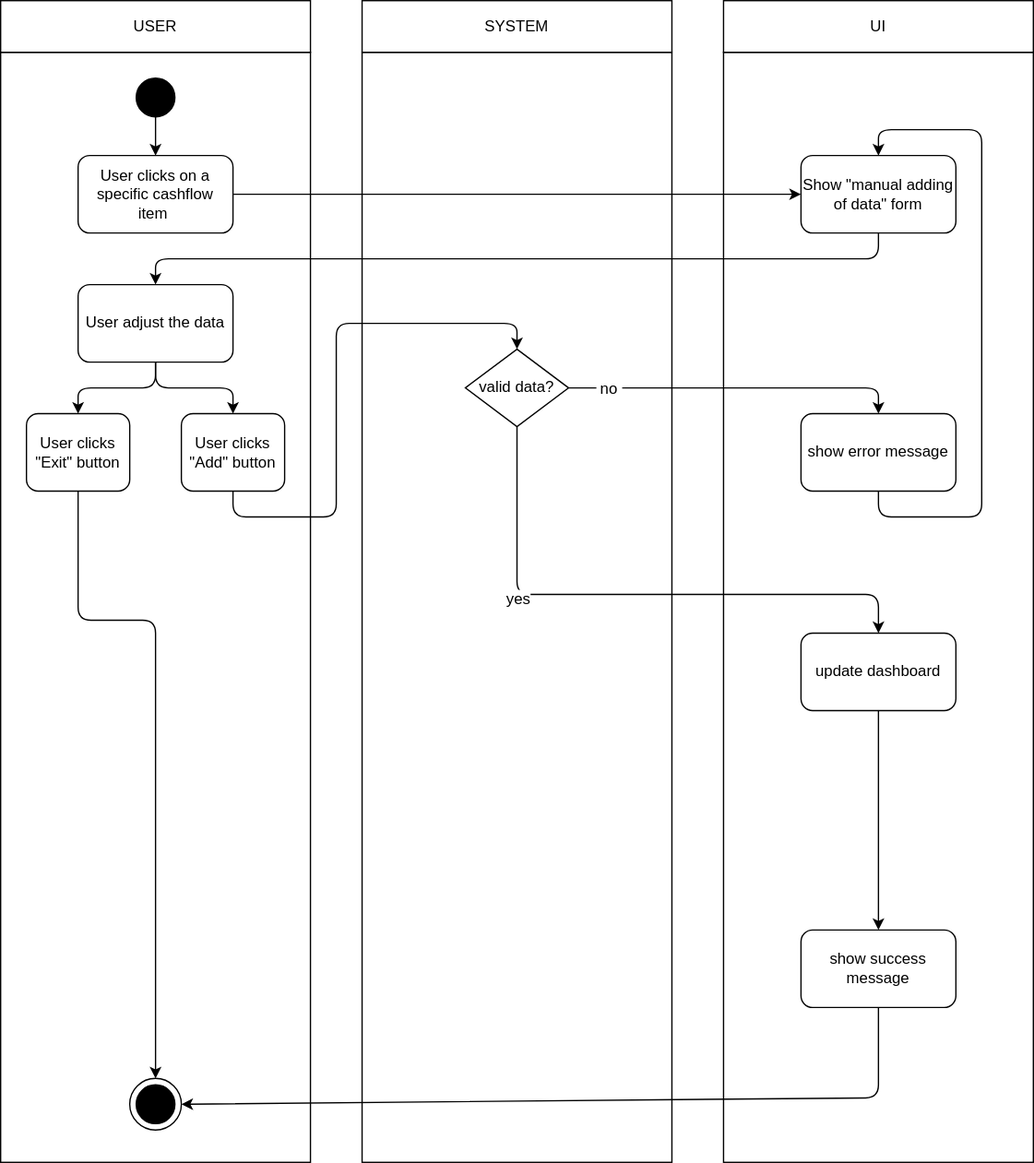
The draw.io diagram docs/use_cases/UC_3_change_added_data/change_added_data_diagram.svg in seiferla/FiBo, before a commit. Source tidied: cells renumbered, new cells last; positions are measured from the earlier drawing's top-left corner, leaving out a move shared by most shapes.
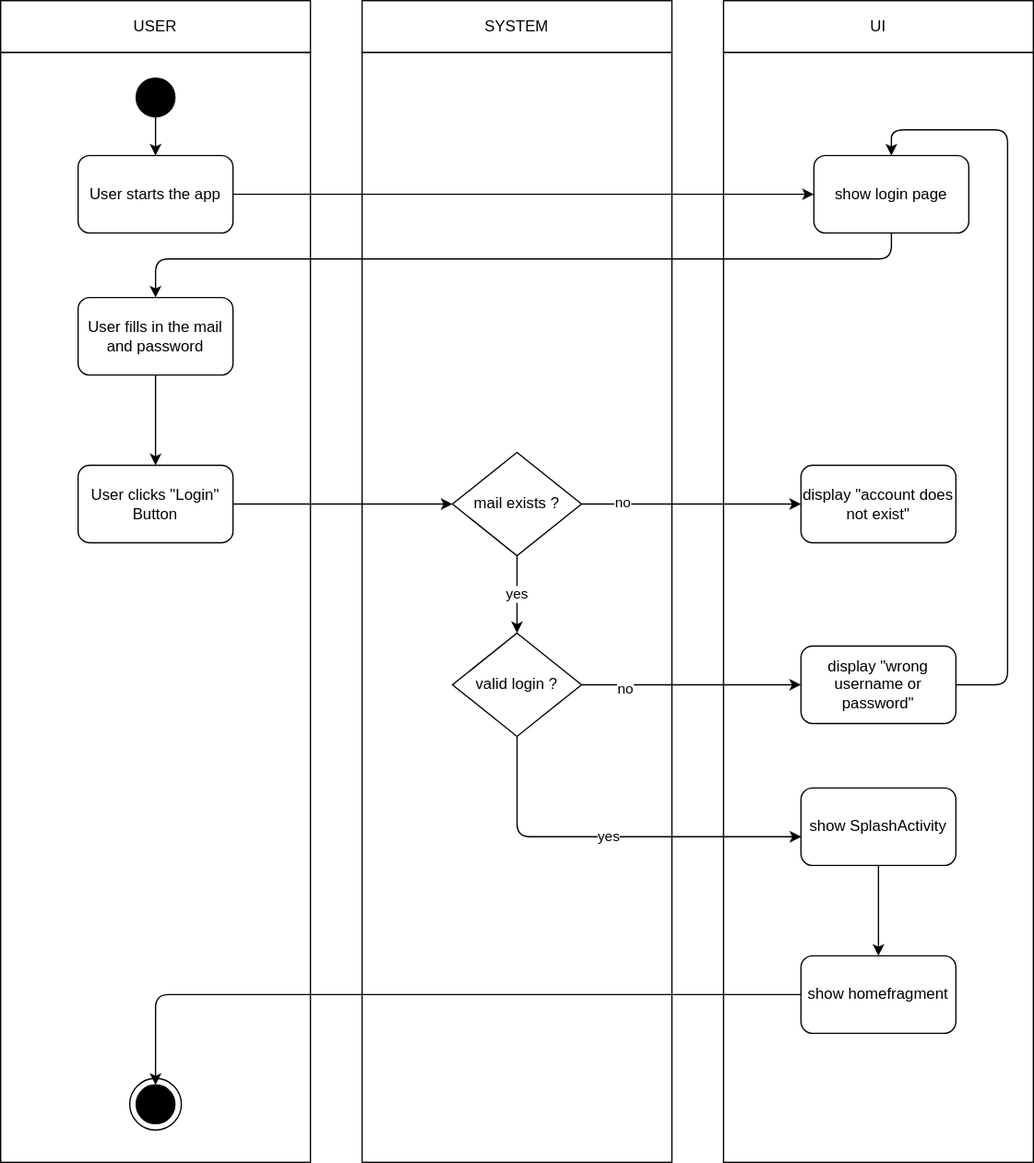
Later version of the same file.

Commit message:
add login uc diagram

Change to the diagram source:
```diff
@@ -41,119 +41,24 @@
     <mxCell id="14" style="ellipse;whiteSpace=wrap;html=1;fillColor=#000000;" parent="1" vertex="1">
       <mxGeometry x="105" y="60" width="30" height="30" as="geometry" />
     </mxCell>
+    <mxCell id="41" style="edgeStyle=orthogonalEdgeStyle;rounded=0;jettySize=auto;html=1;" parent="1" edge="1" source="15" target="44">
+      <mxGeometry relative="1" as="geometry" />
+    </mxCell>
-    <mxCell id="15" value="User clicks on a specific cashflow item&amp;nbsp;" style="rounded=1;whiteSpace=wrap;html=1;fillColor=none;" parent="1" vertex="1">
+    <mxCell id="15" value="User starts the app" style="rounded=1;whiteSpace=wrap;html=1;fillColor=none;" parent="1" vertex="1">
       <mxGeometry x="60" y="120" width="120" height="60" as="geometry" />
     </mxCell>
     <mxCell id="16" style="endArrow=classic;html=1;rounded=0;entryX=0.5;entryY=0;entryDx=0;entryDy=0;exitX=0.5;exitY=1;exitDx=0;exitDy=0;" parent="1" edge="1" source="14" target="15">
       <mxGeometry relative="1" as="geometry" />
     </mxCell>
-    <mxCell id="17" value="Show &quot;manual adding of data&quot; form" style="rounded=1;whiteSpace=wrap;html=1;fillColor=none;" parent="1" vertex="1">
-      <mxGeometry x="620" y="120" width="120" height="60" as="geometry" />
-    </mxCell>
-    <mxCell id="18" style="endArrow=classic;html=1;rounded=0;entryX=0;entryY=0.5;entryDx=0;entryDy=0;exitX=1;exitY=0.5;exitDx=0;exitDy=0;" parent="1" edge="1" source="15" target="17">
-      <mxGeometry relative="1" as="geometry" />
-    </mxCell>
-    <mxCell id="19" value="User adjust the data" style="rounded=1;whiteSpace=wrap;html=1;fillColor=none;" parent="1" vertex="1">
-      <mxGeometry x="60" y="220" width="120" height="60" as="geometry" />
-    </mxCell>
-    <mxCell id="20" style="endArrow=classic;html=1;rounded=1;exitX=0.5;exitY=1;exitDx=0;exitDy=0;entryX=0.5;entryY=0;entryDx=0;entryDy=0;" parent="1" edge="1" source="17" target="19">
-      <mxGeometry relative="1" as="geometry">
-        <Array as="points">
-          <mxPoint x="680" y="200" />
-          <mxPoint x="120" y="200" />
-        </Array>
-      </mxGeometry>
-    </mxCell>
-    <mxCell id="21" value="User clicks &quot;Add&quot; button" style="rounded=1;whiteSpace=wrap;html=1;fillColor=none;" parent="1" vertex="1">
-      <mxGeometry x="140" y="320" width="80" height="60" as="geometry" />
-    </mxCell>
-    <mxCell id="22" style="endArrow=classic;html=1;rounded=1;exitX=0.5;exitY=1;exitDx=0;exitDy=0;entryX=0.5;entryY=0;entryDx=0;entryDy=0;" parent="1" edge="1" source="19" target="21">
-      <mxGeometry relative="1" as="geometry">
-        <Array as="points">
-          <mxPoint x="120" y="300" />
-          <mxPoint x="180" y="300" />
-        </Array>
-      </mxGeometry>
-    </mxCell>
-    <mxCell id="23" value="User clicks &quot;Exit&quot; button" style="rounded=1;whiteSpace=wrap;html=1;fillColor=none;" parent="1" vertex="1">
-      <mxGeometry x="20" y="320" width="80" height="60" as="geometry" />
-    </mxCell>
-    <mxCell id="24" style="endArrow=classic;html=1;rounded=1;exitX=0.5;exitY=1;exitDx=0;exitDy=0;entryX=0.5;entryY=0;entryDx=0;entryDy=0;" parent="1" edge="1" source="19" target="23">
-      <mxGeometry relative="1" as="geometry">
-        <Array as="points">
-          <mxPoint x="120" y="300" />
-          <mxPoint x="60" y="300" />
-        </Array>
-      </mxGeometry>
-    </mxCell>
-    <mxCell id="25" style="endArrow=classic;html=1;rounded=1;exitX=0.5;exitY=1;exitDx=0;exitDy=0;entryX=0.5;entryY=0;entryDx=0;entryDy=0;" parent="1" edge="1" source="23" target="38">
-      <mxGeometry relative="1" as="geometry">
-        <Array as="points">
-          <mxPoint x="60" y="480" />
-          <mxPoint x="120" y="480" />
-        </Array>
-      </mxGeometry>
-    </mxCell>
-    <mxCell id="26" value="valid data?" style="rhombus;whiteSpace=wrap;html=1;" parent="1" vertex="1">
-      <mxGeometry x="360" y="270" width="80" height="60" as="geometry" />
-    </mxCell>
-    <mxCell id="27" style="endArrow=classic;html=1;rounded=1;exitX=0.5;exitY=1;exitDx=0;exitDy=0;entryX=0.5;entryY=0;entryDx=0;entryDy=0;" parent="1" edge="1" source="21" target="26">
-      <mxGeometry relative="1" as="geometry">
-        <Array as="points">
-          <mxPoint x="180" y="400" />
-          <mxPoint x="260" y="400" />
-          <mxPoint x="260" y="250" />
-          <mxPoint x="400" y="250" />
-        </Array>
-      </mxGeometry>
-    </mxCell>
-    <mxCell id="28" value="show error message" style="rounded=1;whiteSpace=wrap;html=1;fillColor=none;" parent="1" vertex="1">
-      <mxGeometry x="620" y="320" width="120" height="60" as="geometry" />
+    <mxCell id="28" value="display &quot;account does not exist&quot;" style="rounded=1;whiteSpace=wrap;html=1;fillColor=none;" parent="1" vertex="1">
+      <mxGeometry x="620" y="360" width="120" height="60" as="geometry" />
     </mxCell>
-    <mxCell id="29" style="endArrow=classic;html=1;rounded=1;exitX=1;exitY=0.5;exitDx=0;exitDy=0;entryX=0.5;entryY=0;entryDx=0;entryDy=0;" parent="1" edge="1" source="26" target="28">
-      <mxGeometry relative="1" as="geometry">
-        <Array as="points">
-          <mxPoint x="680" y="300" />
-        </Array>
-      </mxGeometry>
-    </mxCell>
-    <mxCell id="30" value="&amp;nbsp;no&amp;nbsp;" style="edgeLabel;html=1;align=center;verticalAlign=middle;fontSize=12;" parent="29" vertex="1">
-      <mxGeometry x="-0.64" y="2" relative="1" as="geometry">
-        <mxPoint x="-17" y="2" as="offset" />
-      </mxGeometry>
-    </mxCell>
-    <mxCell id="31" style="endArrow=classic;html=1;rounded=1;fontSize=12;exitX=0.5;exitY=1;exitDx=0;exitDy=0;entryX=0.5;entryY=0;entryDx=0;entryDy=0;" parent="1" edge="1" source="26" target="35">
-      <mxGeometry relative="1" as="geometry">
-        <Array as="points">
-          <mxPoint x="400" y="460" />
-          <mxPoint x="680" y="460" />
-        </Array>
-      </mxGeometry>
-    </mxCell>
-    <mxCell id="32" value="yes" style="edgeLabel;html=1;align=center;verticalAlign=middle;fontSize=12;" parent="31" vertex="1">
-      <mxGeometry x="-0.41" relative="1" as="geometry">
-        <mxPoint y="3" as="offset" />
-      </mxGeometry>
-    </mxCell>
-    <mxCell id="33" style="endArrow=classic;html=1;rounded=1;fontSize=12;exitX=0.5;exitY=1;exitDx=0;exitDy=0;entryX=0.5;entryY=0;entryDx=0;entryDy=0;" parent="1" edge="1" source="28" target="17">
-      <mxGeometry relative="1" as="geometry">
-        <Array as="points">
-          <mxPoint x="680" y="400" />
-          <mxPoint x="760" y="400" />
-          <mxPoint x="760" y="100" />
-          <mxPoint x="680" y="100" />
-        </Array>
-      </mxGeometry>
-    </mxCell>
-    <mxCell id="34" value="show success message" style="rounded=1;whiteSpace=wrap;html=1;fillColor=none;" parent="1" vertex="1">
-      <mxGeometry x="620" y="720" width="120" height="60" as="geometry" />
-    </mxCell>
+    <mxCell id="42" style="edgeStyle=orthogonalEdgeStyle;rounded=1;jettySize=auto;html=1;entryX=0.5;entryY=0;entryDx=0;entryDy=0;" parent="1" edge="1" source="35" target="60">
+      <mxGeometry relative="1" as="geometry" />
+    </mxCell>
-    <mxCell id="35" value="update dashboard" style="rounded=1;whiteSpace=wrap;html=1;fillColor=none;" parent="1" vertex="1">
-      <mxGeometry x="620" y="490" width="120" height="60" as="geometry" />
+    <mxCell id="35" value="show SplashActivity" style="rounded=1;whiteSpace=wrap;html=1;fillColor=none;" parent="1" vertex="1">
+      <mxGeometry x="620" y="610" width="120" height="60" as="geometry" />
     </mxCell>
-    <mxCell id="36" style="endArrow=classic;html=1;rounded=1;fontSize=12;exitX=0.5;exitY=1;exitDx=0;exitDy=0;entryX=0.5;entryY=0;entryDx=0;entryDy=0;" parent="1" edge="1" source="35" target="34">
-      <mxGeometry relative="1" as="geometry" />
-    </mxCell>
     <mxCell id="37" style="group;" parent="1" vertex="1">
       <mxGeometry x="100" y="835" width="40" height="40" as="geometry" />
     </mxCell>
@@ -163,12 +68,74 @@
     <mxCell id="39" style="ellipse;whiteSpace=wrap;html=1;fillColor=#000000;" parent="37" vertex="1">
       <mxGeometry x="5" y="5" width="30" height="30" as="geometry" />
     </mxCell>
-    <mxCell id="40" style="endArrow=classic;html=1;rounded=1;fontSize=12;exitX=0.5;exitY=1;exitDx=0;exitDy=0;entryX=1;entryY=0.5;entryDx=0;entryDy=0;" parent="1" edge="1" source="34" target="38">
-      <mxGeometry relative="1" as="geometry">
-        <Array as="points">
-          <mxPoint x="680" y="850" />
-        </Array>
-      </mxGeometry>
-    </mxCell>
+    <mxCell id="43" style="edgeStyle=orthogonalEdgeStyle;jettySize=auto;html=1;entryX=0.5;entryY=0;entryDx=0;entryDy=0;rounded=1;" parent="1" edge="1" source="44" target="46">
+      <mxGeometry relative="1" as="geometry">
+        <Array as="points">
+          <mxPoint x="690" y="200" />
+          <mxPoint x="120" y="200" />
+        </Array>
+      </mxGeometry>
+    </mxCell>
+    <mxCell id="44" value="show login page" style="rounded=1;whiteSpace=wrap;html=1;fillColor=none;" parent="1" vertex="1">
+      <mxGeometry x="630" y="120" width="120" height="60" as="geometry" />
+    </mxCell>
+    <mxCell id="45" style="edgeStyle=orthogonalEdgeStyle;rounded=1;jettySize=auto;html=1;" parent="1" edge="1" source="46" target="54">
+      <mxGeometry relative="1" as="geometry" />
+    </mxCell>
+    <mxCell id="46" value="User fills in the mail and password" style="rounded=1;whiteSpace=wrap;html=1;fillColor=none;" parent="1" vertex="1">
+      <mxGeometry x="60" y="230" width="120" height="60" as="geometry" />
+    </mxCell>
+    <mxCell id="47" style="edgeStyle=orthogonalEdgeStyle;rounded=1;jettySize=auto;html=1;" parent="1" edge="1" source="50" target="28">
+      <mxGeometry relative="1" as="geometry" />
+    </mxCell>
+    <mxCell id="48" value="no" style="edgeLabel;html=1;align=center;verticalAlign=middle;" parent="47" vertex="1">
+      <mxGeometry x="-0.63" y="1" relative="1" as="geometry" />
+    </mxCell>
+    <mxCell id="49" value="yes" style="edgeStyle=orthogonalEdgeStyle;rounded=1;jettySize=auto;html=1;" parent="1" edge="1" source="50" target="58">
+      <mxGeometry relative="1" as="geometry" />
+    </mxCell>
+    <mxCell id="50" value="mail exists ?" style="rhombus;whiteSpace=wrap;html=1;" parent="1" vertex="1">
+      <mxGeometry x="350" y="350" width="100" height="80" as="geometry" />
+    </mxCell>
+    <mxCell id="51" style="edgeStyle=orthogonalEdgeStyle;rounded=1;jettySize=auto;html=1;entryX=0.5;entryY=0;entryDx=0;entryDy=0;" parent="1" edge="1" source="52" target="44">
+      <mxGeometry relative="1" as="geometry">
+        <Array as="points">
+          <mxPoint x="780" y="530" />
+          <mxPoint x="780" y="100" />
+          <mxPoint x="690" y="100" />
+        </Array>
+      </mxGeometry>
+    </mxCell>
+    <mxCell id="52" value="display &quot;wrong username or password&quot;" style="rounded=1;whiteSpace=wrap;html=1;fillColor=none;" parent="1" vertex="1">
+      <mxGeometry x="620" y="500" width="120" height="60" as="geometry" />
+    </mxCell>
+    <mxCell id="53" style="edgeStyle=orthogonalEdgeStyle;rounded=1;jettySize=auto;html=1;" parent="1" edge="1" source="54" target="50">
+      <mxGeometry relative="1" as="geometry" />
+    </mxCell>
+    <mxCell id="54" value="User clicks &quot;Login&quot; Button" style="rounded=1;whiteSpace=wrap;html=1;fillColor=none;" parent="1" vertex="1">
+      <mxGeometry x="60" y="360" width="120" height="60" as="geometry" />
+    </mxCell>
+    <mxCell id="55" style="edgeStyle=orthogonalEdgeStyle;rounded=1;jettySize=auto;html=1;entryX=0;entryY=0.5;entryDx=0;entryDy=0;" parent="1" edge="1" source="58" target="52">
+      <mxGeometry relative="1" as="geometry" />
+    </mxCell>
+    <mxCell id="56" value="no" style="edgeLabel;html=1;align=center;verticalAlign=middle;" parent="55" vertex="1">
+      <mxGeometry x="-0.61" y="-3" relative="1" as="geometry" />
+    </mxCell>
+    <mxCell id="57" value="yes" style="edgeStyle=orthogonalEdgeStyle;rounded=1;jettySize=auto;html=1;entryX=0.002;entryY=0.63;entryDx=0;entryDy=0;entryPerimeter=0;" parent="1" edge="1" source="58" target="35">
+      <mxGeometry relative="1" as="geometry">
+        <Array as="points">
+          <mxPoint x="400" y="648" />
+        </Array>
+      </mxGeometry>
+    </mxCell>
+    <mxCell id="58" value="valid login ?" style="rhombus;whiteSpace=wrap;html=1;" parent="1" vertex="1">
+      <mxGeometry x="350" y="490" width="100" height="80" as="geometry" />
+    </mxCell>
+    <mxCell id="59" style="edgeStyle=orthogonalEdgeStyle;rounded=1;jettySize=auto;html=1;entryX=0.5;entryY=0;entryDx=0;entryDy=0;" parent="1" edge="1" source="60" target="39">
+      <mxGeometry relative="1" as="geometry" />
+    </mxCell>
+    <mxCell id="60" value="show homefragment" style="rounded=1;whiteSpace=wrap;html=1;fillColor=none;" parent="1" vertex="1">
+      <mxGeometry x="620" y="740" width="120" height="60" as="geometry" />
+    </mxCell>
   </root>
 </mxGraphModel>
```
